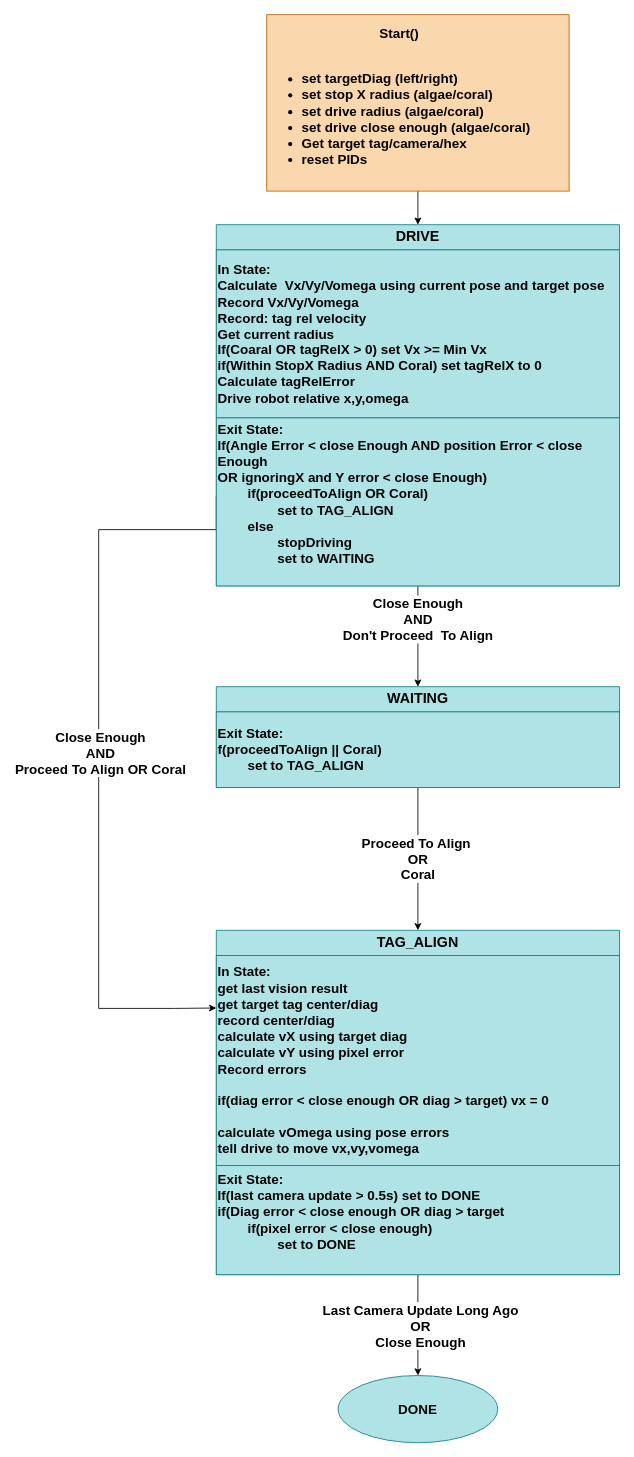
Above: page "Tag Align" (2 of 2) of docs/reefscape-states.drawio in strykeforce/reefscape (draw.io), before the change. Source tidied: cells renumbered, new cells numbered last; positions are measured from the earlier drawing's top-left corner, leaving out a move shared by most shapes. Both pictures are drawn from the tidied source at 84%, with x=0, y=0 at pixel (98, 14).
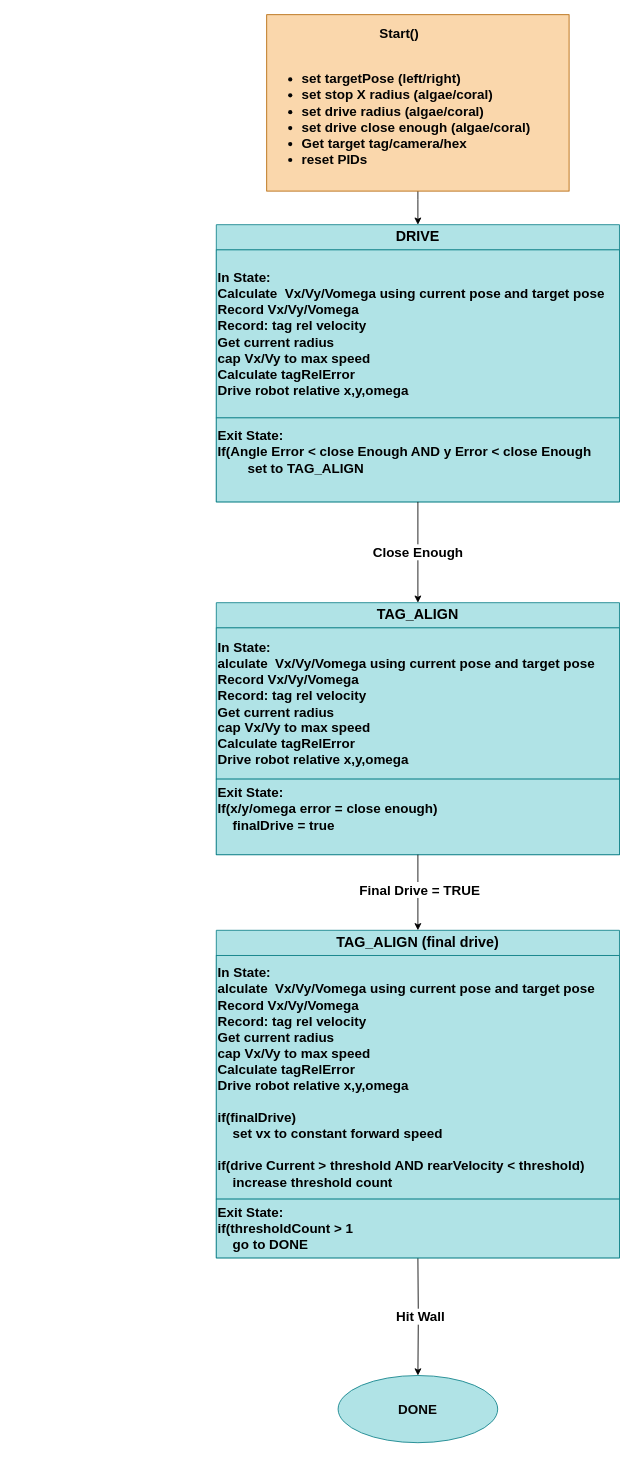
The same page after the edit.

Unchanged cells that the change refers to:
```xml
<mxCell id="2" value="DONE" style="ellipse;whiteSpace=wrap;html=1;fillColor=#b0e3e6;strokeColor=#0e8088;fontColor=#050505;fontStyle=1;fontSize=16;" parent="1" vertex="1">
  <mxGeometry x="285" y="1620" width="190" height="80" as="geometry" />
</mxCell>
```

The edit, as a diff of the source:
```diff
@@
-    <mxCell id="4" value="&lt;div style=&quot;text-align: center;&quot;&gt;&lt;b style=&quot;background-color: initial;&quot;&gt;&lt;font style=&quot;font-size: 16px;&quot;&gt;Start()&lt;/font&gt;&lt;/b&gt;&lt;/div&gt;&lt;b&gt;&lt;font style=&quot;font-size: 16px;&quot;&gt;&lt;br&gt;&lt;ul&gt;&lt;li&gt;&lt;b&gt;&lt;font style=&quot;font-size: 16px;&quot;&gt;set targetDiag (left/right)&lt;/font&gt;&lt;/b&gt;&lt;/li&gt;&lt;li&gt;&lt;b&gt;&lt;font style=&quot;font-size: 16px;&quot;&gt;set stop X radius (algae/coral)&lt;/font&gt;&lt;/b&gt;&lt;/li&gt;&lt;li&gt;&lt;b&gt;&lt;font style=&quot;font-size: 16px;&quot;&gt;set drive radius (algae/coral)&lt;/font&gt;&lt;/b&gt;&lt;/li&gt;&lt;li&gt;&lt;b&gt;&lt;font style=&quot;font-size: 16px;&quot;&gt;set drive close enough (algae/coral)&lt;/font&gt;&lt;/b&gt;&lt;/li&gt;&lt;li&gt;&lt;b&gt;&lt;font style=&quot;font-size: 16px;&quot;&gt;Get target tag/camera/hex&lt;/font&gt;&lt;/b&gt;&lt;/li&gt;&lt;li&gt;&lt;b&gt;&lt;font style=&quot;font-size: 16px;&quot;&gt;reset PIDs&lt;/font&gt;&lt;/b&gt;&lt;/li&gt;&lt;/ul&gt;&lt;/font&gt;&lt;/b&gt;" style="rounded=0;whiteSpace=wrap;html=1;fillColor=#fad7ac;strokeColor=#b46504;align=left;fontColor=#030303;" parent="1" vertex="1">
+    <mxCell id="4" value="&lt;div style=&quot;text-align: center;&quot;&gt;&lt;b style=&quot;background-color: initial;&quot;&gt;&lt;font style=&quot;font-size: 16px;&quot;&gt;Start()&lt;/font&gt;&lt;/b&gt;&lt;/div&gt;&lt;b&gt;&lt;font style=&quot;font-size: 16px;&quot;&gt;&lt;br&gt;&lt;ul&gt;&lt;li&gt;&lt;b&gt;&lt;font style=&quot;font-size: 16px;&quot;&gt;set targetPose (left/right)&lt;/font&gt;&lt;/b&gt;&lt;/li&gt;&lt;li&gt;&lt;b&gt;&lt;font style=&quot;font-size: 16px;&quot;&gt;set stop X radius (algae/coral)&lt;/font&gt;&lt;/b&gt;&lt;/li&gt;&lt;li&gt;&lt;b&gt;&lt;font style=&quot;font-size: 16px;&quot;&gt;set drive radius (algae/coral)&lt;/font&gt;&lt;/b&gt;&lt;/li&gt;&lt;li&gt;&lt;b&gt;&lt;font style=&quot;font-size: 16px;&quot;&gt;set drive close enough (algae/coral)&lt;/font&gt;&lt;/b&gt;&lt;/li&gt;&lt;li&gt;&lt;b&gt;&lt;font style=&quot;font-size: 16px;&quot;&gt;Get target tag/camera/hex&lt;/font&gt;&lt;/b&gt;&lt;/li&gt;&lt;li&gt;&lt;b&gt;&lt;font style=&quot;font-size: 16px;&quot;&gt;reset PIDs&lt;/font&gt;&lt;/b&gt;&lt;/li&gt;&lt;/ul&gt;&lt;/font&gt;&lt;/b&gt;" style="rounded=0;whiteSpace=wrap;html=1;fillColor=#fad7ac;strokeColor=#b46504;align=left;fontColor=#030303;" parent="1" vertex="1">
       <mxGeometry x="200" width="360" height="210" as="geometry" />
     </mxCell>
-    <mxCell id="5" style="edgeStyle=orthogonalEdgeStyle;rounded=0;jettySize=auto;html=1;exitX=0;exitY=0.75;exitDx=0;exitDy=0;entryX=0;entryY=0.25;entryDx=0;entryDy=0;" parent="1" edge="1" source="9" target="19">
-      <mxGeometry relative="1" as="geometry">
-        <Array as="points">
-          <mxPoint x="140" y="613" />
-          <mxPoint y="613" />
-          <mxPoint y="1183" />
-          <mxPoint x="90" y="1183" />
-        </Array>
-      </mxGeometry>
-    </mxCell>
-    <mxCell id="6" value="&lt;b style=&quot;font-size: 16px;&quot;&gt;Close Enough&lt;br&gt;AND&lt;br&gt;Proceed To Align OR Coral&lt;br&gt;&lt;/b&gt;" style="edgeLabel;html=1;align=center;verticalAlign=middle;" parent="5" vertex="1">
-      <mxGeometry y="1" relative="1" as="geometry">
-        <mxPoint y="1" as="offset" />
-      </mxGeometry>
-    </mxCell>
-    <mxCell id="7" style="edgeStyle=orthogonalEdgeStyle;rounded=0;jettySize=auto;html=1;exitX=0.5;exitY=1;exitDx=0;exitDy=0;" parent="1" edge="1" source="9" target="14">
-      <mxGeometry relative="1" as="geometry" />
-    </mxCell>
-    <mxCell id="8" value="&lt;b style=&quot;font-size: 16px;&quot;&gt;Close Enough&lt;br&gt;AND&lt;br&gt;Don't Proceed&amp;nbsp; To Align&lt;/b&gt;" style="edgeLabel;html=1;align=center;verticalAlign=middle;" parent="7" vertex="1">
-      <mxGeometry x="-0.35" y="-1" relative="1" as="geometry" />
-    </mxCell>
     <mxCell id="9" value="DRIVE" style="swimlane;whiteSpace=wrap;html=1;startSize=30;fillColor=#b0e3e6;strokeColor=#0e8088;fontColor=#000000;fontStyle=1;fontSize=17;" parent="1" vertex="1">
-      <mxGeometry x="140" y="250" width="480" height="430" as="geometry" />
+      <mxGeometry x="140" y="250" width="480" height="330" as="geometry" />
     </mxCell>
-    <mxCell id="10" value="In State:&lt;br style=&quot;font-size: 16px;&quot;&gt;Calculate&amp;nbsp; Vx/Vy/Vomega using current pose and target pose&lt;br style=&quot;font-size: 16px;&quot;&gt;Record Vx/Vy/Vomega&lt;br style=&quot;font-size: 16px;&quot;&gt;Record: tag rel velocity&lt;br style=&quot;font-size: 16px;&quot;&gt;Get current radius&lt;br style=&quot;font-size: 16px;&quot;&gt;If(Coaral OR tagRelX &amp;gt; 0) set Vx &amp;gt;= Min Vx&lt;br style=&quot;font-size: 16px;&quot;&gt;if(Within StopX Radius AND Coral) set tagRelX to 0&lt;br style=&quot;font-size: 16px;&quot;&gt;Calculate tagRelError&lt;br style=&quot;font-size: 16px;&quot;&gt;Drive robot relative x,y,omega" style="rounded=0;whiteSpace=wrap;html=1;fillColor=#b0e3e6;strokeColor=#0e8088;fontColor=#000000;align=left;fontStyle=1;fontSize=16;" parent="9" vertex="1">
+    <mxCell id="10" value="In State:&lt;br style=&quot;font-size: 16px;&quot;&gt;Calculate&amp;nbsp; Vx/Vy/Vomega using current pose and target pose&lt;br style=&quot;font-size: 16px;&quot;&gt;Record Vx/Vy/Vomega&lt;br style=&quot;font-size: 16px;&quot;&gt;Record: tag rel velocity&lt;br style=&quot;font-size: 16px;&quot;&gt;Get current radius&lt;br style=&quot;font-size: 16px;&quot;&gt;cap Vx/Vy to max speed&lt;br style=&quot;font-size: 16px;&quot;&gt;Calculate tagRelError&lt;br style=&quot;font-size: 16px;&quot;&gt;Drive robot relative x,y,omega" style="rounded=0;whiteSpace=wrap;html=1;fillColor=#b0e3e6;strokeColor=#0e8088;fontColor=#000000;align=left;fontStyle=1;fontSize=16;" parent="9" vertex="1">
       <mxGeometry y="30" width="480" height="200" as="geometry" />
     </mxCell>
-    <mxCell id="11" value="&lt;b style=&quot;font-size: 16px;&quot;&gt;Exit State:&lt;br&gt;If(Angle Error &amp;lt; close Enough AND position Error &amp;lt; close Enough&lt;br&gt;OR ignoringX and Y error &amp;lt; close Enough)&lt;br&gt;&lt;span style=&quot;white-space: pre;&quot;&gt;&#9;&lt;/span&gt;if(proceedToAlign OR Coral)&lt;br&gt;&amp;nbsp;&lt;span style=&quot;white-space: pre;&quot;&gt;&#9;&lt;/span&gt;&lt;span style=&quot;white-space: pre;&quot;&gt;&#9;&lt;/span&gt;set to TAG_ALIGN&lt;br&gt;&lt;span style=&quot;white-space: pre;&quot;&gt;&#9;&lt;/span&gt;else&lt;br&gt;&lt;span style=&quot;white-space: pre;&quot;&gt;&#9;&lt;/span&gt;&lt;span style=&quot;white-space: pre;&quot;&gt;&#9;&lt;/span&gt;stopDriving&lt;br&gt;&lt;span style=&quot;white-space: pre;&quot;&gt;&#9;&lt;/span&gt;&lt;span style=&quot;white-space: pre;&quot;&gt;&#9;&lt;/span&gt;set to WAITING&lt;br&gt;&lt;br&gt;&lt;/b&gt;" style="rounded=0;whiteSpace=wrap;html=1;fillColor=#b0e3e6;strokeColor=#0e8088;fontColor=#000000;align=left;" parent="9" vertex="1">
-      <mxGeometry y="230" width="480" height="200" as="geometry" />
+    <mxCell id="11" value="&lt;b style=&quot;font-size: 16px;&quot;&gt;Exit State:&lt;br&gt;If(Angle Error &amp;lt; close Enough AND y Error &amp;lt; close Enough&lt;br&gt;&amp;nbsp;&lt;span style=&quot;white-space: pre;&quot;&gt;&#9;&lt;/span&gt;set to TAG_ALIGN&lt;br&gt;&lt;br&gt;&lt;/b&gt;" style="rounded=0;whiteSpace=wrap;html=1;fillColor=#b0e3e6;strokeColor=#0e8088;fontColor=#000000;align=left;" parent="9" vertex="1">
+      <mxGeometry y="230" width="480" height="100" as="geometry" />
     </mxCell>
-    <mxCell id="12" style="edgeStyle=orthogonalEdgeStyle;rounded=0;jettySize=auto;html=1;exitX=0.5;exitY=1;exitDx=0;exitDy=0;" parent="1" edge="1" source="14" target="18">
+    <mxCell id="12" style="edgeStyle=orthogonalEdgeStyle;rounded=0;jettySize=auto;html=1;exitX=0.5;exitY=1;exitDx=0;exitDy=0;" parent="1" edge="1" source="9" target="18">
       <mxGeometry relative="1" as="geometry" />
     </mxCell>
-    <mxCell id="13" value="&lt;b style=&quot;font-size: 16px;&quot;&gt;Proceed To Align&amp;nbsp;&lt;br&gt;OR&lt;br&gt;Coral&lt;/b&gt;" style="edgeLabel;html=1;align=center;verticalAlign=middle;" parent="12" vertex="1">
+    <mxCell id="13" value="&lt;span style=&quot;font-size: 16px;&quot;&gt;&lt;b&gt;Close Enough&lt;/b&gt;&lt;/span&gt;" style="edgeLabel;html=1;align=center;verticalAlign=middle;" parent="12" vertex="1">
       <mxGeometry x="-0.01" y="-1" relative="1" as="geometry" />
     </mxCell>
-    <mxCell id="14" value="WAITING" style="swimlane;whiteSpace=wrap;html=1;startSize=30;fillColor=#b0e3e6;strokeColor=#0e8088;fontColor=#000000;fontStyle=1;fontSize=17;" parent="1" vertex="1">
-      <mxGeometry x="140" y="800" width="480" height="120" as="geometry" />
-    </mxCell>
-    <mxCell id="15" value="&lt;b style=&quot;font-size: 16px;&quot;&gt;Exit State:&lt;br&gt;f(proceedToAlign || Coral)&lt;br&gt;&lt;span style=&quot;white-space: pre;&quot;&gt;&#9;&lt;/span&gt;set to TAG_ALIGN&lt;br&gt;&lt;/b&gt;" style="rounded=0;whiteSpace=wrap;html=1;fillColor=#b0e3e6;strokeColor=#0e8088;fontColor=#000000;align=left;" parent="14" vertex="1">
-      <mxGeometry y="30" width="480" height="90" as="geometry" />
-    </mxCell>
-    <mxCell id="16" style="edgeStyle=orthogonalEdgeStyle;rounded=0;jettySize=auto;html=1;exitX=0.5;exitY=1;exitDx=0;exitDy=0;entryX=0.5;entryY=0;entryDx=0;entryDy=0;" parent="1" edge="1" source="18" target="2">
-      <mxGeometry relative="1" as="geometry" />
+    <mxCell id="16" style="edgeStyle=orthogonalEdgeStyle;rounded=0;jettySize=auto;html=1;entryX=0.5;entryY=0;entryDx=0;entryDy=0;" parent="1" edge="1" target="2">
+      <mxGeometry relative="1" as="geometry">
+        <mxPoint x="380" y="1480" as="sourcePoint" />
+      </mxGeometry>
     </mxCell>
-    <mxCell id="17" value="&lt;b style=&quot;font-size: 16px;&quot;&gt;Last Camera Update Long Ago&lt;br&gt;OR&lt;br&gt;Close Enough&lt;/b&gt;" style="edgeLabel;html=1;align=center;verticalAlign=middle;" parent="16" vertex="1">
+    <mxCell id="17" value="&lt;span style=&quot;font-size: 16px;&quot;&gt;&lt;b&gt;Hit Wall&lt;/b&gt;&lt;/span&gt;" style="edgeLabel;html=1;align=center;verticalAlign=middle;" parent="16" vertex="1">
       <mxGeometry y="2" relative="1" as="geometry" />
     </mxCell>
     <mxCell id="18" value="TAG_ALIGN" style="swimlane;whiteSpace=wrap;html=1;startSize=30;fillColor=#b0e3e6;strokeColor=#0e8088;fontColor=#000000;fontStyle=1;fontSize=17;" parent="1" vertex="1">
-      <mxGeometry x="140" y="1090" width="480" height="410" as="geometry" />
+      <mxGeometry x="140" y="700" width="480" height="300" as="geometry" />
     </mxCell>
-    <mxCell id="19" value="In State:&lt;br style=&quot;font-size: 16px;&quot;&gt;get last vision result&lt;br&gt;get target tag center/diag&lt;br&gt;record center/diag&lt;br&gt;calculate vX using target diag&lt;br&gt;calculate vY using pixel error&lt;br&gt;Record errors&lt;br&gt;&lt;br&gt;if(diag error &amp;lt; close enough OR diag &amp;gt; target) vx = 0&lt;br&gt;&lt;br&gt;calculate vOmega using pose errors&lt;br&gt;tell drive to move vx,vy,vomega" style="rounded=0;whiteSpace=wrap;html=1;fillColor=#b0e3e6;strokeColor=#0e8088;fontColor=#000000;align=left;fontStyle=1;fontSize=16;" parent="18" vertex="1">
-      <mxGeometry y="30" width="480" height="250" as="geometry" />
+    <mxCell id="19" value="In State:&lt;br style=&quot;font-size: 16px;&quot;&gt;alculate&amp;nbsp; Vx/Vy/Vomega using current pose and target pose&lt;br&gt;Record Vx/Vy/Vomega&lt;br&gt;Record: tag rel velocity&lt;br&gt;Get current radius&lt;br&gt;cap Vx/Vy to max speed&lt;br&gt;Calculate tagRelError&lt;br&gt;Drive robot relative x,y,omega" style="rounded=0;whiteSpace=wrap;html=1;fillColor=#b0e3e6;strokeColor=#0e8088;fontColor=#000000;align=left;fontStyle=1;fontSize=16;" parent="18" vertex="1">
+      <mxGeometry y="30" width="480" height="180" as="geometry" />
     </mxCell>
-    <mxCell id="20" value="&lt;b style=&quot;font-size: 16px;&quot;&gt;Exit State:&lt;br&gt;If(last camera update &amp;gt; 0.5s) set to DONE&lt;br&gt;if(Diag error &amp;lt; close enough OR diag &amp;gt; target&amp;nbsp;&lt;br&gt;&lt;span style=&quot;white-space: pre;&quot;&gt;&#9;&lt;/span&gt;if(pixel error &amp;lt; close enough)&lt;br&gt;&lt;span style=&quot;white-space: pre;&quot;&gt;&#9;&lt;/span&gt;&lt;span style=&quot;white-space: pre;&quot;&gt;&#9;&lt;/span&gt;set to DONE&lt;br&gt;&lt;span style=&quot;white-space: pre;&quot;&gt;&#9;&lt;/span&gt;&lt;/b&gt;" style="rounded=0;whiteSpace=wrap;html=1;fillColor=#b0e3e6;strokeColor=#0e8088;fontColor=#000000;align=left;" parent="18" vertex="1">
-      <mxGeometry y="280" width="480" height="130" as="geometry" />
+    <mxCell id="20" value="&lt;b style=&quot;font-size: 16px;&quot;&gt;Exit State:&lt;br&gt;&lt;/b&gt;&lt;div style=&quot;font-size: 16px; font-weight: 700;&quot;&gt;If(x/y/omega error = close enough)&lt;/div&gt;&lt;div style=&quot;font-size: 16px; font-weight: 700;&quot;&gt;&amp;nbsp; &amp;nbsp; finalDrive = true&lt;/div&gt;&lt;b style=&quot;font-size: 16px;&quot;&gt;&lt;span style=&quot;white-space: pre;&quot;&gt;&#9;&lt;/span&gt;&lt;/b&gt;" style="rounded=0;whiteSpace=wrap;html=1;fillColor=#b0e3e6;strokeColor=#0e8088;fontColor=#000000;align=left;" parent="18" vertex="1">
+      <mxGeometry y="210" width="480" height="90" as="geometry" />
     </mxCell>
+    <mxCell id="21" value="TAG_ALIGN (final drive)" style="swimlane;whiteSpace=wrap;html=1;startSize=30;fillColor=#b0e3e6;strokeColor=#0e8088;fontColor=#000000;fontStyle=1;fontSize=17;" parent="1" vertex="1">
+      <mxGeometry x="140" y="1090" width="480" height="390" as="geometry" />
+    </mxCell>
+    <mxCell id="22" value="In State:&lt;br style=&quot;font-size: 16px;&quot;&gt;alculate&amp;nbsp; Vx/Vy/Vomega using current pose and target pose&lt;br&gt;Record Vx/Vy/Vomega&lt;br&gt;Record: tag rel velocity&lt;br&gt;Get current radius&lt;br&gt;cap Vx/Vy to max speed&lt;br&gt;Calculate tagRelError&lt;br&gt;Drive robot relative x,y,omega&lt;div&gt;&lt;br&gt;&lt;/div&gt;&lt;div&gt;&lt;div&gt;if(finalDrive)&amp;nbsp;&lt;/div&gt;&lt;div&gt;&amp;nbsp; &amp;nbsp; set vx to constant forward speed&lt;/div&gt;&lt;/div&gt;&lt;div&gt;&lt;br&gt;&lt;/div&gt;&lt;div&gt;if(drive Current &amp;gt; threshold AND rearVelocity &amp;lt; threshold)&lt;/div&gt;&lt;div&gt;&amp;nbsp; &amp;nbsp; increase threshold count&lt;/div&gt;" style="rounded=0;whiteSpace=wrap;html=1;fillColor=#b0e3e6;strokeColor=#0e8088;fontColor=#000000;align=left;fontStyle=1;fontSize=16;" parent="21" vertex="1">
+      <mxGeometry y="30" width="480" height="290" as="geometry" />
+    </mxCell>
+    <mxCell id="23" value="&lt;b style=&quot;font-size: 16px;&quot;&gt;Exit State:&lt;br&gt;&lt;/b&gt;&lt;span style=&quot;font-size: 16px; font-weight: 700;&quot;&gt;if(thresholdCount &amp;gt; 1&lt;/span&gt;&lt;div&gt;&lt;b style=&quot;font-size: 16px;&quot;&gt;&amp;nbsp; &amp;nbsp; go to DONE&lt;br&gt;&lt;/b&gt;&lt;/div&gt;" style="rounded=0;whiteSpace=wrap;html=1;fillColor=#b0e3e6;strokeColor=#0e8088;fontColor=#000000;align=left;" parent="21" vertex="1">
+      <mxGeometry y="320" width="480" height="70" as="geometry" />
+    </mxCell>
+    <mxCell id="24" style="edgeStyle=orthogonalEdgeStyle;rounded=0;jettySize=auto;html=1;exitX=0.5;exitY=1;exitDx=0;exitDy=0;entryX=0.5;entryY=0;entryDx=0;entryDy=0;" parent="1" edge="1" source="20" target="21">
+      <mxGeometry relative="1" as="geometry" />
+    </mxCell>
+    <mxCell id="25" value="Final Drive = TRUE" style="edgeLabel;html=1;align=center;verticalAlign=middle;fontSize=16;fontStyle=1;" parent="24" vertex="1">
+      <mxGeometry x="-0.1" y="1" relative="1" as="geometry" />
+    </mxCell>
```
